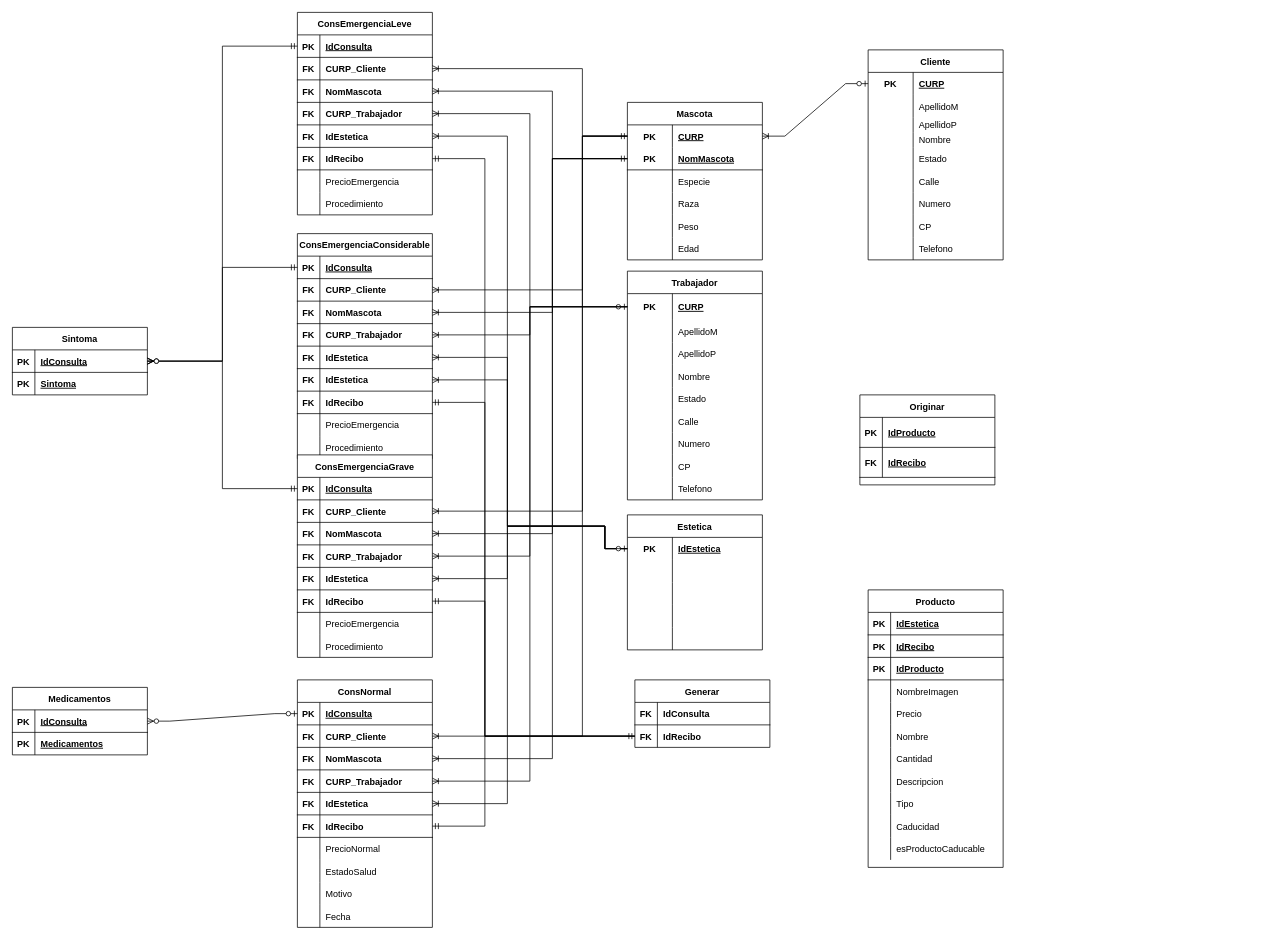
Before: RelacionalAlfa.drawio in FBD-Alfa/Practica05, a draw.io diagram. Source tidied: cells renumbered, new cells numbered last; positions are measured from the earlier drawing's top-left corner, leaving out a move shared by most shapes. Both pictures are drawn from the tidied source at 75%, with x=0, y=0 at pixel (12, 12).
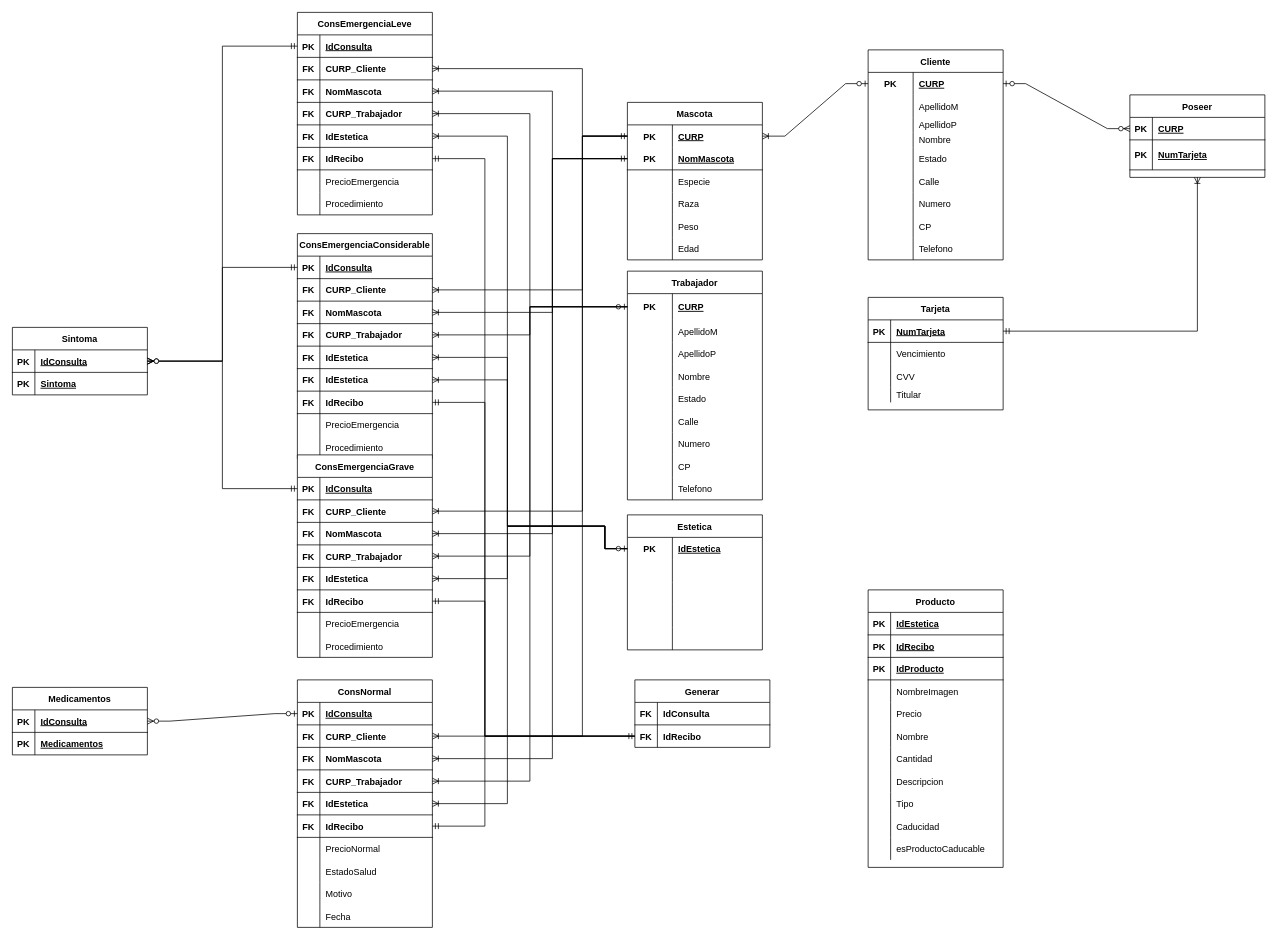
Above is the later version.

Unchanged cells that the change refers to:
```xml
<mxCell id="145" style="shape=tableRow;horizontal=0;startSize=0;swimlaneHead=0;swimlaneBody=0;fillColor=none;points=[[0,0.5],[1,0.5]];portConstraint=eastwest;top=0;left=0;right=0;bottom=0;" parent="144" vertex="1">
  <mxGeometry y="30" width="180" height="30" as="geometry" />
</mxCell>
```

The edit, as a diff of the source:
```diff
@@
-    <mxCell id="283" value="Originar" style="shape=table;startSize=30;childLayout=tableLayout;rowLines=0;fontStyle=1;align=center;" parent="1" vertex="1">
-      <mxGeometry x="1130" y="510" width="180" height="120" as="geometry" />
-    </mxCell>
-    <mxCell id="284" style="shape=tableRow;horizontal=0;startSize=0;swimlaneHead=0;swimlaneBody=0;fillColor=none;top=0;left=0;right=0;bottom=1;" parent="283" vertex="1">
-      <mxGeometry y="30" width="180" height="40" as="geometry" />
-    </mxCell>
+    <mxCell id="290" value="Tarjeta" style="shape=table;startSize=30;childLayout=tableLayout;rowLines=0;fontStyle=1;align=center;" parent="1" vertex="1">
+      <mxGeometry x="1141" y="380" width="180" height="150" as="geometry" />
+    </mxCell>
+    <mxCell id="291" style="shape=tableRow;horizontal=0;startSize=0;swimlaneHead=0;swimlaneBody=0;fillColor=none;points=[[0,0.5],[1,0.5]];portConstraint=eastwest;top=0;left=0;right=0;bottom=1;" parent="290" vertex="1">
+      <mxGeometry y="30" width="180" height="30" as="geometry" />
+    </mxCell>
+    <mxCell id="292" value="PK" style="shape=partialRectangle;fillColor=none;top=0;left=0;bottom=0;right=0;fontStyle=1;overflow=hidden;" parent="291" vertex="1">
+      <mxGeometry width="30" height="30" as="geometry" />
+    </mxCell>
+    <mxCell id="293" value="NumTarjeta" style="shape=partialRectangle;fillColor=none;top=0;left=0;bottom=0;right=0;align=left;spacingLeft=6;fontStyle=5;overflow=hidden;" parent="291" vertex="1">
+      <mxGeometry x="30" width="150" height="30" as="geometry" />
+    </mxCell>
+    <mxCell id="294" style="shape=tableRow;horizontal=0;startSize=0;swimlaneHead=0;swimlaneBody=0;fillColor=none;top=0;left=0;right=0;bottom=0;" parent="290" vertex="1">
+      <mxGeometry y="60" width="180" height="30" as="geometry" />
+    </mxCell>
+    <mxCell id="295" style="shape=partialRectangle;fillColor=none;top=0;left=0;bottom=0;right=0;overflow=hidden;" parent="294" vertex="1">
+      <mxGeometry width="30" height="30" as="geometry" />
+    </mxCell>
+    <mxCell id="296" value="Vencimiento" style="shape=partialRectangle;fillColor=none;top=0;left=0;bottom=0;right=0;align=left;spacingLeft=6;overflow=hidden;" parent="294" vertex="1">
+      <mxGeometry x="30" width="150" height="30" as="geometry" />
+    </mxCell>
+    <mxCell id="297" style="shape=tableRow;horizontal=0;startSize=0;swimlaneHead=0;swimlaneBody=0;fillColor=none;top=0;left=0;right=0;bottom=0;" parent="290" vertex="1">
+      <mxGeometry y="90" width="180" height="30" as="geometry" />
+    </mxCell>
+    <mxCell id="298" style="shape=partialRectangle;fillColor=none;top=0;left=0;bottom=0;right=0;overflow=hidden;" parent="297" vertex="1">
+      <mxGeometry width="30" height="30" as="geometry" />
+    </mxCell>
+    <mxCell id="299" value="CVV" style="shape=partialRectangle;fillColor=none;top=0;left=0;bottom=0;right=0;align=left;spacingLeft=6;overflow=hidden;" parent="297" vertex="1">
+      <mxGeometry x="30" width="150" height="30" as="geometry" />
+    </mxCell>
+    <mxCell id="300" style="shape=tableRow;horizontal=0;startSize=0;swimlaneHead=0;swimlaneBody=0;fillColor=none;top=0;left=0;right=0;bottom=0;" parent="290" vertex="1">
+      <mxGeometry y="120" width="180" height="20" as="geometry" />
+    </mxCell>
+    <mxCell id="301" style="shape=partialRectangle;fillColor=none;top=0;left=0;bottom=0;right=0;overflow=hidden;" parent="300" vertex="1">
+      <mxGeometry width="30" height="20" as="geometry" />
+    </mxCell>
+    <mxCell id="302" value="Titular" style="shape=partialRectangle;fillColor=none;top=0;left=0;bottom=0;right=0;align=left;spacingLeft=6;overflow=hidden;" parent="300" vertex="1">
+      <mxGeometry x="30" width="150" height="20" as="geometry" />
+    </mxCell>
+    <mxCell id="303" value="Poseer" style="shape=table;startSize=30;childLayout=tableLayout;rowLines=0;fontStyle=1;align=center;" parent="1" vertex="1">
+      <mxGeometry x="1490" y="110" width="180" height="110" as="geometry" />
+    </mxCell>
+    <mxCell id="304" style="shape=tableRow;horizontal=0;startSize=0;swimlaneHead=0;swimlaneBody=0;fillColor=none;points=[[0,0.5],[1,0.5]];portConstraint=eastwest;top=0;left=0;right=0;bottom=1;" parent="303" vertex="1">
+      <mxGeometry y="30" width="180" height="30" as="geometry" />
+    </mxCell>
+    <mxCell id="305" value="PK" style="shape=partialRectangle;fillColor=none;top=0;left=0;bottom=0;right=0;fontStyle=1;overflow=hidden;" parent="304" vertex="1">
+      <mxGeometry width="30" height="30" as="geometry" />
+    </mxCell>
+    <mxCell id="306" value="CURP" style="shape=partialRectangle;fillColor=none;top=0;left=0;bottom=0;right=0;align=left;spacingLeft=6;fontStyle=5;overflow=hidden;" parent="304" vertex="1">
+      <mxGeometry x="30" width="150" height="30" as="geometry" />
+    </mxCell>
+    <mxCell id="307" style="shape=tableRow;horizontal=0;startSize=0;swimlaneHead=0;swimlaneBody=0;fillColor=none;top=0;left=0;right=0;bottom=1;" parent="303" vertex="1">
+      <mxGeometry y="60" width="180" height="40" as="geometry" />
+    </mxCell>
-    <mxCell id="285" value="PK" style="shape=partialRectangle;fillColor=none;top=0;left=0;bottom=0;right=0;fontStyle=1;overflow=hidden;" parent="284" vertex="1">
+    <mxCell id="285" value="PK" style="shape=partialRectangle;fillColor=none;top=0;left=0;bottom=0;right=0;fontStyle=1;overflow=hidden;" parent="307" vertex="1">
       <mxGeometry width="30" height="40" as="geometry" />
     </mxCell>
-    <mxCell id="286" value="IdProducto" style="shape=partialRectangle;fillColor=none;top=0;left=0;bottom=0;right=0;align=left;spacingLeft=6;fontStyle=5;overflow=hidden;" parent="284" vertex="1">
-      <mxGeometry x="30" width="150" height="40" as="geometry" />
-    </mxCell>
-    <mxCell id="287" style="shape=tableRow;horizontal=0;startSize=0;swimlaneHead=0;swimlaneBody=0;fillColor=none;top=0;left=0;right=0;bottom=1;" parent="283" vertex="1">
-      <mxGeometry y="70" width="180" height="40" as="geometry" />
-    </mxCell>
-    <mxCell id="288" value="FK" style="shape=partialRectangle;fillColor=none;top=0;left=0;bottom=0;right=0;fontStyle=1;overflow=hidden;" parent="287" vertex="1">
-      <mxGeometry width="30" height="40" as="geometry" />
-    </mxCell>
-    <mxCell id="289" value="IdRecibo" style="shape=partialRectangle;fillColor=none;top=0;left=0;bottom=0;right=0;align=left;spacingLeft=6;fontStyle=5;overflow=hidden;" parent="287" vertex="1">
-      <mxGeometry x="30" width="150" height="40" as="geometry" />
-    </mxCell>
+    <mxCell id="308" value="NumTarjeta" style="shape=partialRectangle;fillColor=none;top=0;left=0;bottom=0;right=0;align=left;spacingLeft=6;fontStyle=5;overflow=hidden;" parent="307" vertex="1">
+      <mxGeometry x="30" width="150" height="40" as="geometry" />
+    </mxCell>
+    <mxCell id="309" style="edgeStyle=orthogonalEdgeStyle;fontSize=12;html=1;endArrow=ERoneToMany;startArrow=ERmandOne;rounded=0;entryX=0.5;entryY=1;entryDx=0;entryDy=0;exitX=1;exitY=0.5;exitDx=0;exitDy=0;" parent="1" edge="1" source="291" target="303">
+      <mxGeometry relative="1" as="geometry" />
+    </mxCell>
+    <mxCell id="310" style="edgeStyle=entityRelationEdgeStyle;fontSize=12;html=1;endArrow=ERzeroToMany;startArrow=ERzeroToOne;rounded=0;entryX=0;entryY=0.5;entryDx=0;entryDy=0;" parent="1" edge="1" source="145" target="304">
+      <mxGeometry relative="1" as="geometry" />
+    </mxCell>
```
